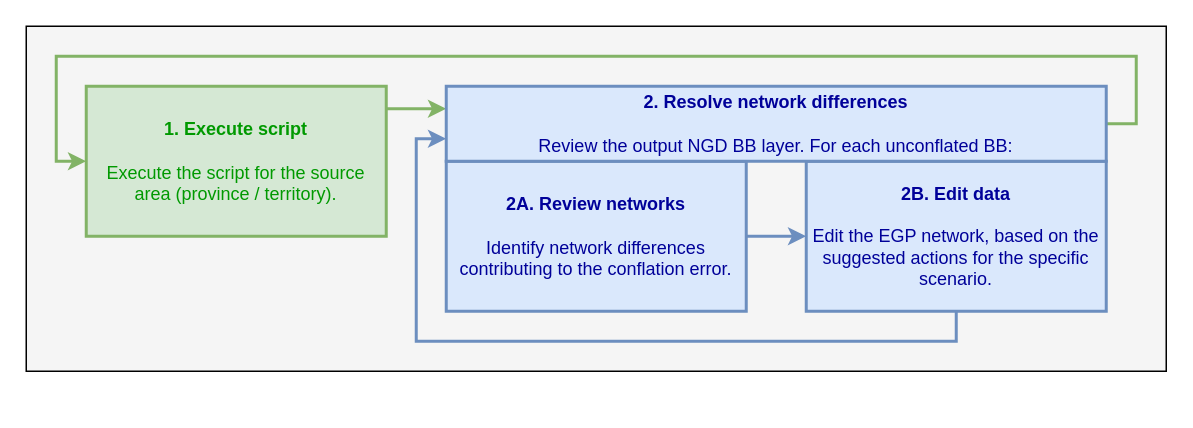
Earlier version of the draw.io diagram docs/source/_static/meshblock_conflation/editing_process_meshblock_conflation.drawio (StatCan/egp-crn). Source tidied: cells renumbered, new cells numbered last; positions are measured from the earlier drawing's top-left corner, leaving out a move shared by most shapes. Both pictures are drawn from the tidied source at 150%, with x=0, y=0 at pixel (26, 26).
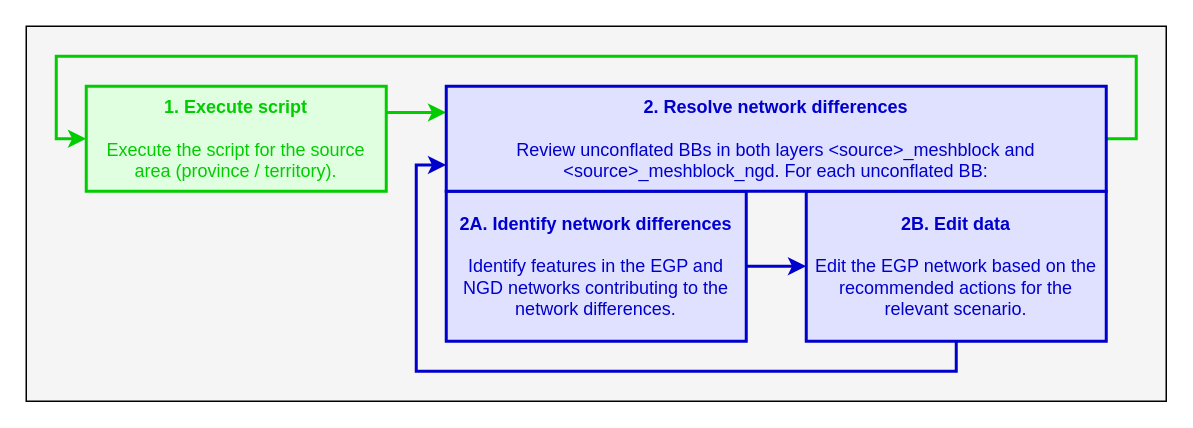
The same diagram, later.

Commit message (it also covers changes not shown here):
docs [1] updated TOC descriptions, output layer descriptions, and editing process diagrams / descriptions.

Change to the diagram source:
```diff
@@
 <mxGraphModel>
   <root>
     <mxCell id="0" />
     <mxCell id="1" parent="0" />
     <mxCell id="2" style="rounded=0;whiteSpace=wrap;html=1;strokeColor=#000000;strokeWidth=1;fillColor=#F5F5F5;" parent="1" vertex="1">
-      <mxGeometry width="760" height="230" as="geometry" />
+      <mxGeometry width="760" height="250" as="geometry" />
     </mxCell>
-    <mxCell id="3" style="edgeStyle=orthogonalEdgeStyle;rounded=0;jettySize=auto;html=1;fontColor=#000099;exitX=0.995;exitY=0.153;exitDx=0;exitDy=0;exitPerimeter=0;entryX=0;entryY=0.3;entryDx=0;entryDy=0;entryPerimeter=0;strokeWidth=2;strokeColor=#82B366;" parent="1" edge="1" source="4" target="10">
-      <mxGeometry relative="1" as="geometry">
-        <Array as="points">
-          <mxPoint x="280" y="55" />
-        </Array>
-      </mxGeometry>
+    <mxCell id="3" style="edgeStyle=orthogonalEdgeStyle;rounded=0;jettySize=auto;html=1;entryX=0;entryY=0.25;entryDx=0;entryDy=0;fontColor=#0000CC;strokeColor=#00CC00;exitX=1;exitY=0.25;exitDx=0;exitDy=0;strokeWidth=2;" parent="1" edge="1" source="4" target="10">
+      <mxGeometry relative="1" as="geometry" />
     </mxCell>
-    <mxCell id="4" value="&lt;font color=&quot;#009900&quot;&gt;&lt;b&gt;1. Execute script&lt;/b&gt;&lt;br&gt;&lt;br&gt;Execute the script for the source area (province / territory).&lt;/font&gt;" style="rounded=0;whiteSpace=wrap;html=1;strokeColor=#82b366;strokeWidth=2;fillColor=#d5e8d4;align=center;verticalAlign=middle;" parent="1" vertex="1">
-      <mxGeometry x="40" y="40" width="200" height="100" as="geometry" />
+    <mxCell id="4" value="&lt;font&gt;&lt;b&gt;1. Execute script&lt;/b&gt;&lt;br&gt;&lt;br&gt;Execute the script for the source area (province / territory).&lt;/font&gt;" style="rounded=0;whiteSpace=wrap;html=1;strokeColor=#00CC00;strokeWidth=2;fillColor=#E0FFE0;align=center;verticalAlign=middle;fontColor=#00CC00;" parent="1" vertex="1">
+      <mxGeometry x="40" y="40" width="200" height="70" as="geometry" />
     </mxCell>
-    <mxCell id="5" style="edgeStyle=orthogonalEdgeStyle;rounded=0;jettySize=auto;html=1;strokeColor=#6C8EBF;strokeWidth=2;" parent="1" edge="1" source="6" target="8">
+    <mxCell id="5" style="edgeStyle=orthogonalEdgeStyle;rounded=0;jettySize=auto;html=1;strokeColor=#0000CC;strokeWidth=2;" parent="1" edge="1" source="6" target="8">
       <mxGeometry relative="1" as="geometry" />
     </mxCell>
-    <mxCell id="6" value="&lt;font color=&quot;#000099&quot;&gt;&lt;b&gt;2A. Review networks&lt;/b&gt;&lt;br&gt;&lt;br&gt;Identify network differences contributing to the conflation error.&lt;/font&gt;" style="rounded=0;whiteSpace=wrap;html=1;strokeColor=#6c8ebf;strokeWidth=2;fillColor=#dae8fc;align=center;verticalAlign=middle;" parent="1" vertex="1">
-      <mxGeometry x="280" y="90" width="200" height="100" as="geometry" />
+    <mxCell id="6" value="&lt;font&gt;&lt;b&gt;2A. Identify network differences&lt;/b&gt;&lt;br&gt;&lt;br&gt;Identify features in the EGP and NGD networks contributing to the network differences.&lt;/font&gt;" style="rounded=0;whiteSpace=wrap;html=1;strokeColor=#0000CC;strokeWidth=2;fillColor=#E0E0FF;align=center;verticalAlign=middle;fontColor=#0000CC;" parent="1" vertex="1">
+      <mxGeometry x="280" y="110" width="200" height="100" as="geometry" />
     </mxCell>
-    <mxCell id="7" style="edgeStyle=orthogonalEdgeStyle;rounded=0;jettySize=auto;html=1;entryX=0;entryY=0.7;entryDx=0;entryDy=0;entryPerimeter=0;strokeColor=#6C8EBF;strokeWidth=2;" parent="1" edge="1" source="8" target="10">
+    <mxCell id="7" style="edgeStyle=orthogonalEdgeStyle;rounded=0;jettySize=auto;html=1;entryX=0;entryY=0.75;entryDx=0;entryDy=0;strokeColor=#0000CC;strokeWidth=2;" parent="1" edge="1" source="8" target="10">
       <mxGeometry relative="1" as="geometry">
         <Array as="points">
-          <mxPoint x="620" y="210" />
-          <mxPoint x="260" y="210" />
-          <mxPoint x="260" y="75" />
+          <mxPoint x="620" y="230" />
+          <mxPoint x="260" y="230" />
+          <mxPoint x="260" y="93" />
         </Array>
       </mxGeometry>
     </mxCell>
-    <mxCell id="8" value="&lt;font color=&quot;#000099&quot;&gt;&lt;b&gt;2B. Edit data&lt;/b&gt;&lt;br&gt;&lt;br&gt;Edit the EGP network, based on the suggested actions for the specific scenario.&lt;/font&gt;" style="rounded=0;whiteSpace=wrap;html=1;strokeColor=#6c8ebf;strokeWidth=2;fillColor=#dae8fc;align=center;verticalAlign=middle;" parent="1" vertex="1">
-      <mxGeometry x="520" y="90" width="200" height="100" as="geometry" />
+    <mxCell id="8" value="&lt;font&gt;&lt;b&gt;2B. Edit data&lt;/b&gt;&lt;br&gt;&lt;br&gt;Edit the EGP network based on the recommended actions for the relevant scenario.&lt;/font&gt;" style="rounded=0;whiteSpace=wrap;html=1;strokeColor=#0000CC;strokeWidth=2;fillColor=#E0E0FF;align=center;verticalAlign=middle;fontColor=#0000CC;" parent="1" vertex="1">
+      <mxGeometry x="520" y="110" width="200" height="100" as="geometry" />
     </mxCell>
-    <mxCell id="9" style="edgeStyle=orthogonalEdgeStyle;rounded=0;jettySize=auto;html=1;entryX=0;entryY=0.5;entryDx=0;entryDy=0;exitX=1;exitY=0.5;exitDx=0;exitDy=0;strokeWidth=2;strokeColor=#82B366;" parent="1" edge="1" source="10" target="4">
+    <mxCell id="9" style="edgeStyle=orthogonalEdgeStyle;rounded=0;jettySize=auto;html=1;entryX=0;entryY=0.5;entryDx=0;entryDy=0;exitX=1;exitY=0.5;exitDx=0;exitDy=0;strokeWidth=2;strokeColor=#00CC00;" parent="1" edge="1" source="10" target="4">
       <mxGeometry relative="1" as="geometry">
         <Array as="points">
-          <mxPoint x="740" y="65" />
+          <mxPoint x="740" y="75" />
           <mxPoint x="740" y="20" />
           <mxPoint x="20" y="20" />
-          <mxPoint x="20" y="90" />
+          <mxPoint x="20" y="75" />
         </Array>
       </mxGeometry>
     </mxCell>
-    <mxCell id="10" value="&lt;font color=&quot;#000099&quot;&gt;&lt;b&gt;2. Resolve network differences&lt;/b&gt;&lt;br&gt;&lt;br&gt;Review the output NGD BB layer. For each unconflated BB:&lt;/font&gt;" style="rounded=0;whiteSpace=wrap;html=1;strokeColor=#6c8ebf;strokeWidth=2;fillColor=#dae8fc;align=center;verticalAlign=middle;" parent="1" vertex="1">
-      <mxGeometry x="280" y="40" width="440" height="50" as="geometry" />
+    <mxCell id="10" value="&lt;font&gt;&lt;b&gt;2. Resolve network differences&lt;/b&gt;&lt;br&gt;&lt;br&gt;Review unconflated BBs in both layers &amp;lt;source&amp;gt;_meshblock and &amp;lt;source&amp;gt;_meshblock_ngd. For each unconflated BB:&lt;/font&gt;" style="rounded=0;whiteSpace=wrap;html=1;strokeColor=#0000CC;strokeWidth=2;fillColor=#E0E0FF;align=center;verticalAlign=middle;fontColor=#0000CC;" parent="1" vertex="1">
+      <mxGeometry x="280" y="40" width="440" height="70" as="geometry" />
     </mxCell>
   </root>
 </mxGraphModel>
```
